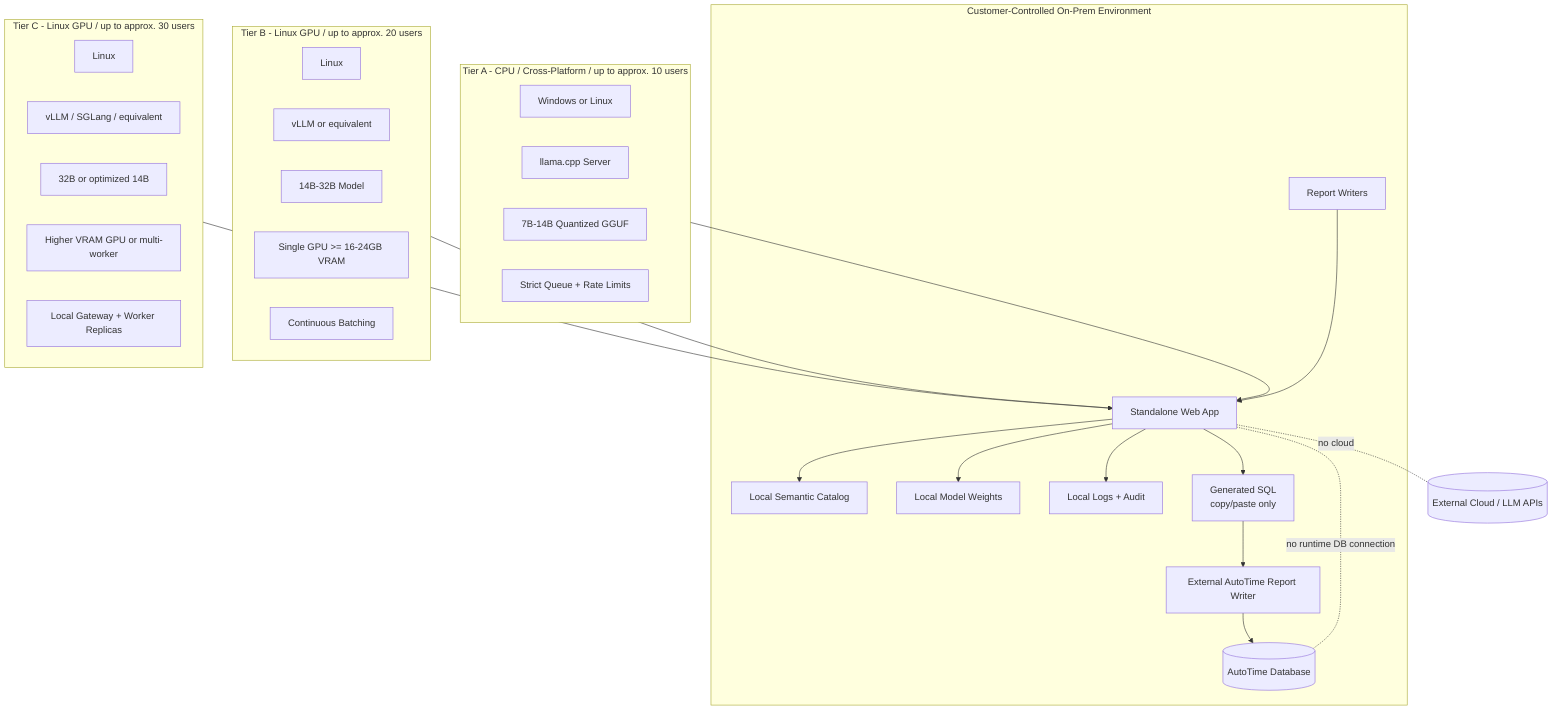
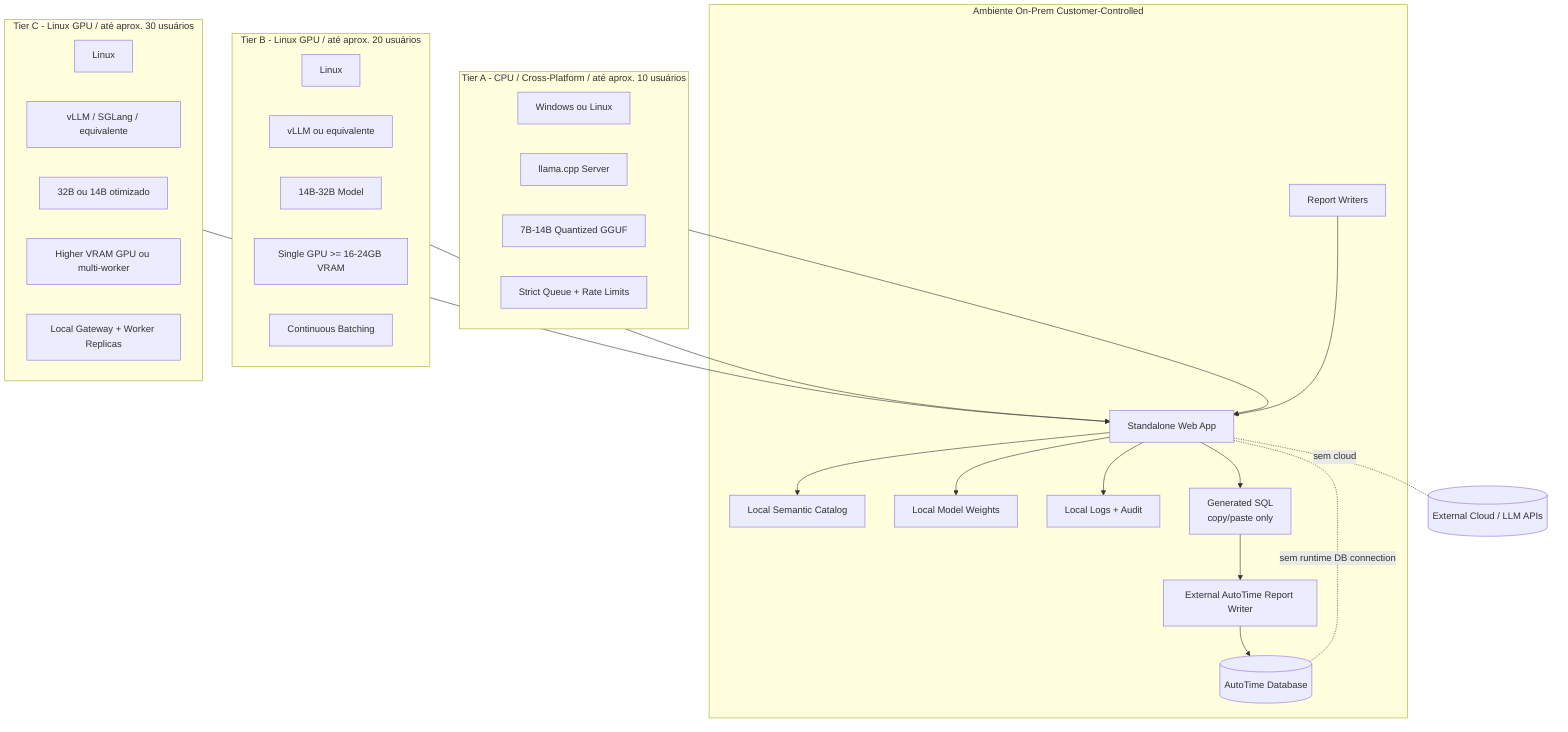
flowchart TB
-     subgraph CUSTOMER["Customer-Controlled On-Prem Environment"]
+     subgraph CUSTOMER["Ambiente On-Prem Customer-Controlled"]
        USER[Report Writers]
        APP[Standalone Web App]
        CATALOG[Local Semantic Catalog]
        MODEL[Local Model Weights]
        LOGS[Local Logs + Audit]
        OUTPUT[Generated SQL<br/>copy/paste only]
        RW[External AutoTime Report Writer]
        DB[(AutoTime Database)]
    end

    USER --> APP
    APP --> CATALOG
    APP --> MODEL
    APP --> LOGS
    APP --> OUTPUT
    OUTPUT --> RW
    RW --> DB

-     APP -. no runtime DB connection .- DB
-     APP -. no cloud .- CLOUDX[(External Cloud / LLM APIs)]
+     APP -. sem runtime DB connection .- DB
+     APP -. sem cloud .- CLOUDX[(External Cloud / LLM APIs)]

-     subgraph TIERA["Tier A - CPU / Cross-Platform / up to approx. 10 users"]
-         A_OS[Windows or Linux]
+     subgraph TIERA["Tier A - CPU / Cross-Platform / até aprox. 10 usuários"]
+         A_OS[Windows ou Linux]
        A_RUNTIME[llama.cpp Server]
        A_MODEL[7B-14B Quantized GGUF]
        A_QUEUE[Strict Queue + Rate Limits]
    end

-     subgraph TIERB["Tier B - Linux GPU / up to approx. 20 users"]
+     subgraph TIERB["Tier B - Linux GPU / até aprox. 20 usuários"]
        B_OS[Linux]
-         B_RUNTIME[vLLM or equivalent]
+         B_RUNTIME[vLLM ou equivalente]
        B_MODEL[14B-32B Model]
        B_GPU[Single GPU >= 16-24GB VRAM]
        B_BATCH[Continuous Batching]
    end

-     subgraph TIERC["Tier C - Linux GPU / up to approx. 30 users"]
+     subgraph TIERC["Tier C - Linux GPU / até aprox. 30 usuários"]
        C_OS[Linux]
-         C_RUNTIME[vLLM / SGLang / equivalent]
-         C_MODEL[32B or optimized 14B]
-         C_GPU[Higher VRAM GPU or multi-worker]
+         C_RUNTIME[vLLM / SGLang / equivalente]
+         C_MODEL[32B ou 14B otimizado]
+         C_GPU[Higher VRAM GPU ou multi-worker]
        C_GATEWAY[Local Gateway + Worker Replicas]
    end

    TIERA --> APP
    TIERB --> APP
    TIERC --> APP
